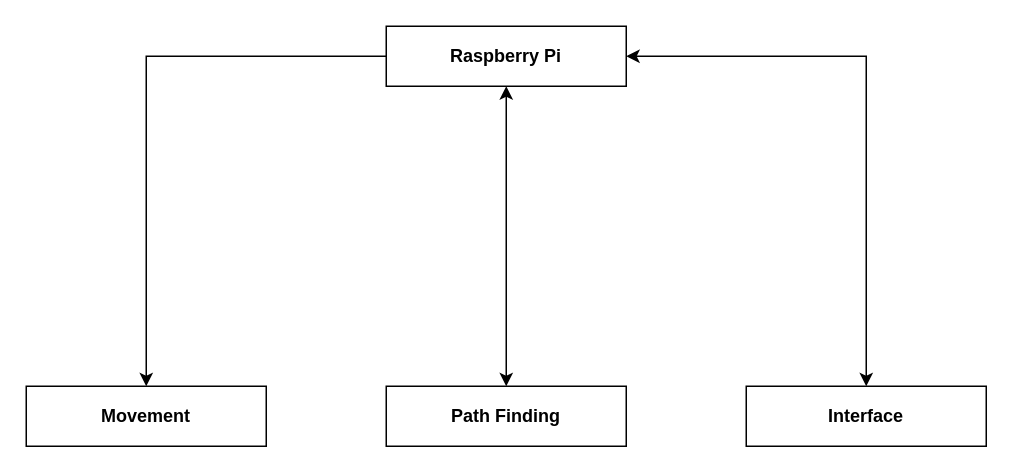
Earlier version of the draw.io diagram documentation/DetailedDesignSpecification/drawio/layers.drawio (tragicfall/Senior-Design). Source tidied: cells renumbered, new cells numbered last; positions are measured from the earlier drawing's top-left corner, leaving out a move shared by most shapes. Both pictures are drawn from the tidied source at 150%, with x=0, y=0 at pixel (26, 26).
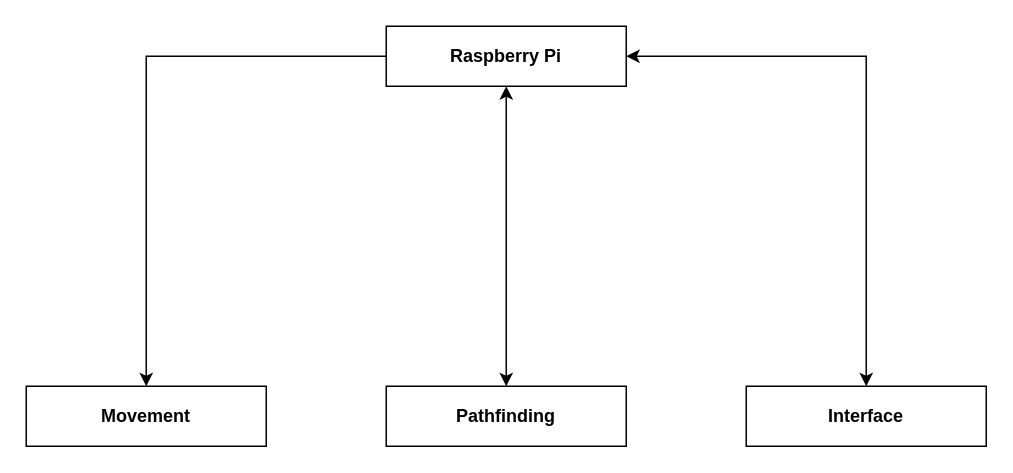
Above is the later version.

The edit, as a diff of the source:
```diff
@@
 <mxGraphModel>
   <root>
     <mxCell id="0" />
     <mxCell id="1" parent="0" />
     <mxCell id="2" value="Raspberry Pi" style="rounded=0;whiteSpace=wrap;html=1;fontStyle=1;" parent="1" vertex="1">
       <mxGeometry x="240" width="160" height="40" as="geometry" />
     </mxCell>
     <mxCell id="3" style="edgeStyle=orthogonalEdgeStyle;rounded=0;jettySize=auto;html=1;exitX=0.5;exitY=0;exitDx=0;exitDy=0;entryX=0.5;entryY=1;entryDx=0;entryDy=0;startArrow=classic;startFill=1;" parent="1" edge="1" source="6" target="2">
       <mxGeometry relative="1" as="geometry" />
     </mxCell>
     <mxCell id="4" style="edgeStyle=orthogonalEdgeStyle;rounded=0;jettySize=auto;html=1;exitX=0;exitY=0.5;exitDx=0;exitDy=0;startArrow=none;startFill=0;entryX=0.5;entryY=0;entryDx=0;entryDy=0;endArrow=classic;endFill=1;" parent="1" edge="1" source="2" target="8">
       <mxGeometry relative="1" as="geometry" />
     </mxCell>
     <mxCell id="5" style="edgeStyle=orthogonalEdgeStyle;rounded=0;jettySize=auto;html=1;exitX=1;exitY=0.5;exitDx=0;exitDy=0;entryX=0.5;entryY=0;entryDx=0;entryDy=0;startArrow=classic;startFill=1;" parent="1" edge="1" source="2" target="7">
       <mxGeometry relative="1" as="geometry" />
     </mxCell>
-    <mxCell id="6" value="&lt;b&gt;Path Finding&lt;/b&gt;" style="rounded=0;whiteSpace=wrap;html=1;" parent="1" vertex="1">
+    <mxCell id="6" value="&lt;b&gt;Pathfinding&lt;/b&gt;" style="rounded=0;whiteSpace=wrap;html=1;" parent="1" vertex="1">
       <mxGeometry x="240" y="240" width="160" height="40" as="geometry" />
     </mxCell>
     <mxCell id="7" value="&lt;b&gt;Interface&lt;/b&gt;" style="rounded=0;whiteSpace=wrap;html=1;" parent="1" vertex="1">
       <mxGeometry x="480" y="240" width="160" height="40" as="geometry" />
     </mxCell>
     <mxCell id="8" value="&lt;b&gt;Movement&lt;/b&gt;" style="rounded=0;whiteSpace=wrap;html=1;" parent="1" vertex="1">
       <mxGeometry y="240" width="160" height="40" as="geometry" />
     </mxCell>
   </root>
 </mxGraphModel>
```
